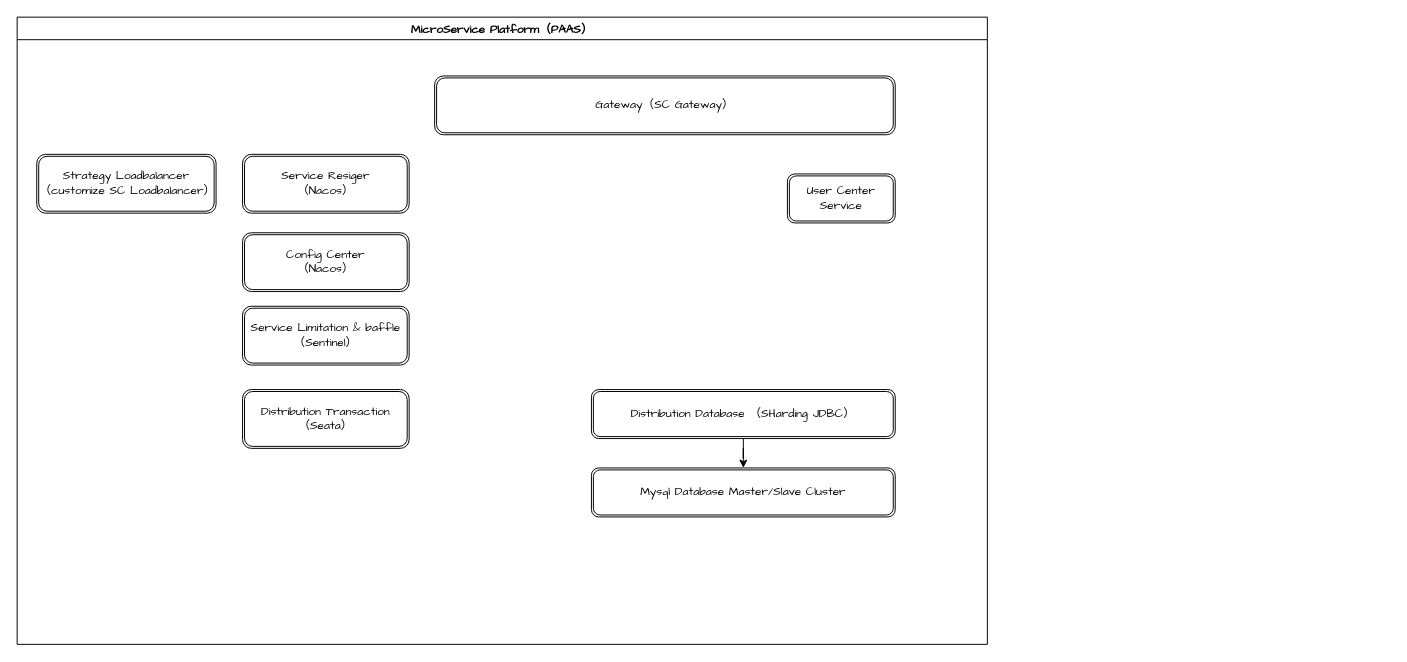
Above: wildgoose.drawio in DiscoverCZY/diagrams (draw.io), before the change. Source tidied: cells renumbered, new cells numbered last; positions are measured from the earlier drawing's top-left corner, leaving out a move shared by most shapes. Both pictures are drawn from the tidied source at 98%, with x=0, y=0 at pixel (17, 17).
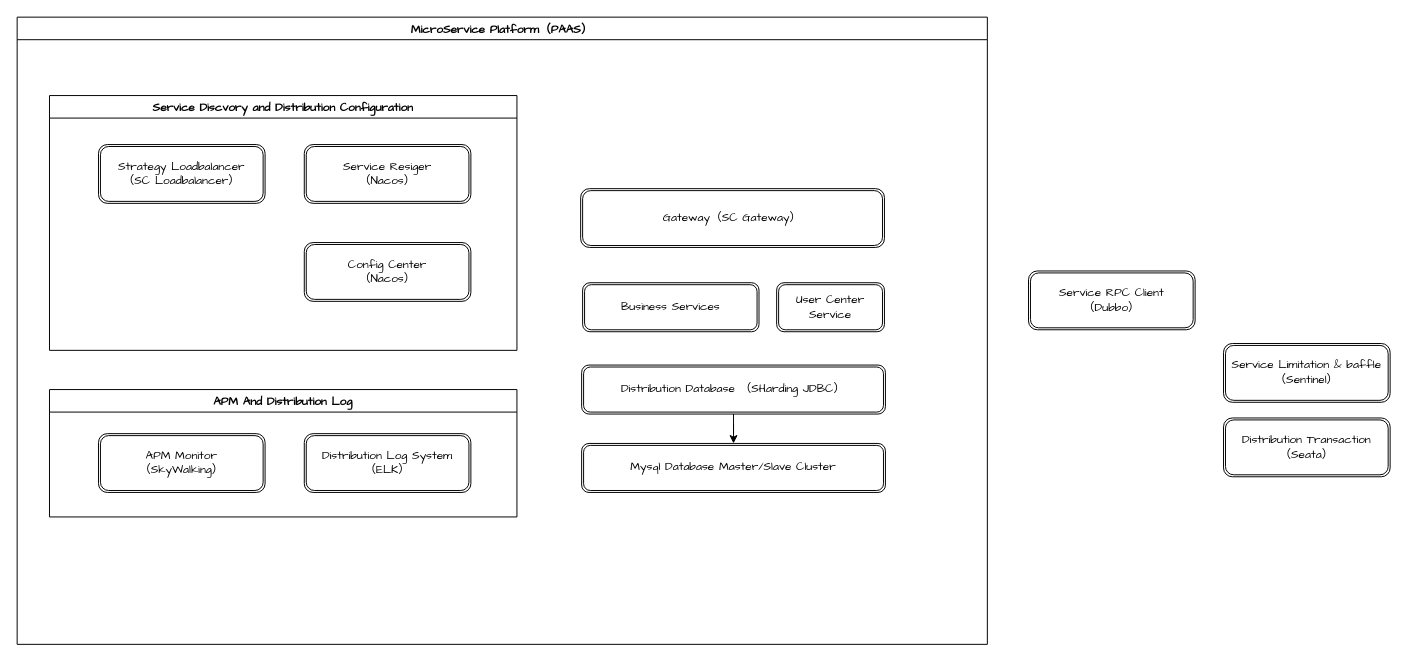
After the change.

The edit, as a diff of the source:
```diff
@@
 <mxGraphModel>
   <root>
     <mxCell id="0" />
     <mxCell id="1" parent="0" />
     <mxCell id="2" value="MicroService Platform（PAAS）" style="swimlane;rounded=0;glass=0;labelBorderColor=none;fontFamily=Comic Sans MS;" parent="1" vertex="1">
       <mxGeometry width="990" height="640" as="geometry" />
     </mxCell>
     <mxCell id="3" value="Gateway（SC Gateway）" style="shape=ext;double=1;rounded=1;whiteSpace=wrap;html=1;glass=0;labelBorderColor=none;fontFamily=Comic Sans MS;" parent="2" vertex="1">
-      <mxGeometry x="426" y="60" width="470" height="60" as="geometry" />
+      <mxGeometry x="575" y="175" width="310" height="60" as="geometry" />
     </mxCell>
     <mxCell id="4" value="User Center Service" style="shape=ext;double=1;rounded=1;whiteSpace=wrap;html=1;glass=0;labelBorderColor=none;fontFamily=Comic Sans MS;" parent="2" vertex="1">
-      <mxGeometry x="786" y="160" width="110" height="50" as="geometry" />
+      <mxGeometry x="775" y="271" width="110" height="50" as="geometry" />
     </mxCell>
     <mxCell id="5" style="edgeStyle=orthogonalEdgeStyle;rounded=0;sketch=0;jettySize=auto;html=1;labelBorderColor=none;fontFamily=Comic Sans MS;" parent="2" edge="1" source="6" target="7">
       <mxGeometry relative="1" as="geometry" />
     </mxCell>
     <mxCell id="6" value="Distribution Database （SHarding JDBC）" style="shape=ext;double=1;rounded=1;whiteSpace=wrap;html=1;glass=0;labelBorderColor=none;fontFamily=Comic Sans MS;" parent="2" vertex="1">
-      <mxGeometry x="586" y="380" width="310" height="50" as="geometry" />
+      <mxGeometry x="576" y="355" width="310" height="50" as="geometry" />
     </mxCell>
     <mxCell id="7" value="Mysql Database Master/Slave Cluster" style="shape=ext;double=1;rounded=1;whiteSpace=wrap;html=1;glass=0;labelBorderColor=none;fontFamily=Comic Sans MS;" parent="2" vertex="1">
-      <mxGeometry x="586" y="460" width="310" height="50" as="geometry" />
+      <mxGeometry x="576" y="435" width="310" height="50" as="geometry" />
     </mxCell>
+    <mxCell id="13" value="Business Services" style="shape=ext;double=1;rounded=1;whiteSpace=wrap;html=1;glass=0;labelBorderColor=none;fontFamily=Comic Sans MS;" parent="2" vertex="1">
+      <mxGeometry x="577" y="271" width="180" height="50" as="geometry" />
+    </mxCell>
+    <mxCell id="14" value="Service Discvory and Distribution Configuration" style="swimlane;rounded=0;glass=0;labelBorderColor=none;fontFamily=Comic Sans MS;" parent="2" vertex="1">
+      <mxGeometry x="33" y="80" width="477" height="260" as="geometry" />
+    </mxCell>
-    <mxCell id="8" value="Service Resiger&lt;br&gt;（Nacos）" style="shape=ext;double=1;rounded=1;whiteSpace=wrap;html=1;glass=0;labelBorderColor=none;fontFamily=Comic Sans MS;" parent="2" vertex="1">
-      <mxGeometry x="230" y="140" width="170" height="60" as="geometry" />
+    <mxCell id="8" value="Service Resiger&lt;br&gt;（Nacos）" style="shape=ext;double=1;rounded=1;whiteSpace=wrap;html=1;glass=0;labelBorderColor=none;fontFamily=Comic Sans MS;" parent="14" vertex="1">
+      <mxGeometry x="260" y="50" width="170" height="60" as="geometry" />
     </mxCell>
-    <mxCell id="9" value="Config Center&lt;br&gt;（Nacos）" style="shape=ext;double=1;rounded=1;whiteSpace=wrap;html=1;glass=0;labelBorderColor=none;fontFamily=Comic Sans MS;" parent="2" vertex="1">
-      <mxGeometry x="230" y="220" width="170" height="60" as="geometry" />
+    <mxCell id="9" value="Config Center&lt;br&gt;（Nacos）" style="shape=ext;double=1;rounded=1;whiteSpace=wrap;html=1;glass=0;labelBorderColor=none;fontFamily=Comic Sans MS;" parent="14" vertex="1">
+      <mxGeometry x="260" y="150" width="170" height="60" as="geometry" />
     </mxCell>
+    <mxCell id="15" value="Strategy Loadbalancer&lt;br&gt;（SC Loadbalancer）" style="shape=ext;double=1;rounded=1;whiteSpace=wrap;html=1;glass=0;labelBorderColor=none;fontFamily=Comic Sans MS;" parent="14" vertex="1">
+      <mxGeometry x="50" y="50" width="170" height="60" as="geometry" />
+    </mxCell>
+    <mxCell id="16" value="APM And Distribution Log" style="swimlane;rounded=0;glass=0;labelBorderColor=none;fontFamily=Comic Sans MS;" parent="2" vertex="1">
+      <mxGeometry x="33" y="380" width="477" height="130" as="geometry" />
+    </mxCell>
+    <mxCell id="17" value="APM Monitor&lt;br&gt;（SkyWalking）" style="shape=ext;double=1;rounded=1;whiteSpace=wrap;html=1;glass=0;labelBorderColor=none;fontFamily=Comic Sans MS;" parent="16" vertex="1">
+      <mxGeometry x="50" y="45" width="170" height="60" as="geometry" />
+    </mxCell>
+    <mxCell id="18" value="Distribution Log System&lt;br&gt;（ELK）" style="shape=ext;double=1;rounded=1;whiteSpace=wrap;html=1;glass=0;labelBorderColor=none;fontFamily=Comic Sans MS;" parent="16" vertex="1">
+      <mxGeometry x="260" y="45" width="170" height="60" as="geometry" />
+    </mxCell>
-    <mxCell id="10" value="Service&amp;nbsp;Limitation &amp;amp; baffle&lt;br&gt;（Sentinel）" style="shape=ext;double=1;rounded=1;whiteSpace=wrap;html=1;glass=0;labelBorderColor=none;fontFamily=Comic Sans MS;" parent="2" vertex="1">
-      <mxGeometry x="230" y="295" width="170" height="60" as="geometry" />
+    <mxCell id="10" value="Service&amp;nbsp;Limitation &amp;amp; baffle&lt;br&gt;（Sentinel）" style="shape=ext;double=1;rounded=1;whiteSpace=wrap;html=1;glass=0;labelBorderColor=none;fontFamily=Comic Sans MS;" parent="1" vertex="1">
+      <mxGeometry x="1231" y="333" width="170" height="60" as="geometry" />
     </mxCell>
-    <mxCell id="11" value="Distribution Transaction（Seata）" style="shape=ext;double=1;rounded=1;whiteSpace=wrap;html=1;glass=0;labelBorderColor=none;fontFamily=Comic Sans MS;" parent="2" vertex="1">
-      <mxGeometry x="230" y="380" width="170" height="60" as="geometry" />
+    <mxCell id="11" value="Distribution Transaction（Seata）" style="shape=ext;double=1;rounded=1;whiteSpace=wrap;html=1;glass=0;labelBorderColor=none;fontFamily=Comic Sans MS;" parent="1" vertex="1">
+      <mxGeometry x="1231" y="409" width="170" height="60" as="geometry" />
     </mxCell>
-    <mxCell id="12" value="Strategy Loadbalancer&lt;br&gt;（customize SC Loadbalancer）" style="shape=ext;double=1;rounded=1;whiteSpace=wrap;html=1;glass=0;labelBorderColor=none;fontFamily=Comic Sans MS;" parent="2" vertex="1">
-      <mxGeometry x="20" y="140" width="183" height="60" as="geometry" />
-    </mxCell>
+    <mxCell id="19" value="Service RPC Client&lt;br&gt;（Dubbo）" style="shape=ext;double=1;rounded=1;whiteSpace=wrap;html=1;glass=0;labelBorderColor=none;fontFamily=Comic Sans MS;" parent="1" vertex="1">
+      <mxGeometry x="1032" y="259" width="170" height="60" as="geometry" />
+    </mxCell>
   </root>
 </mxGraphModel>
```
